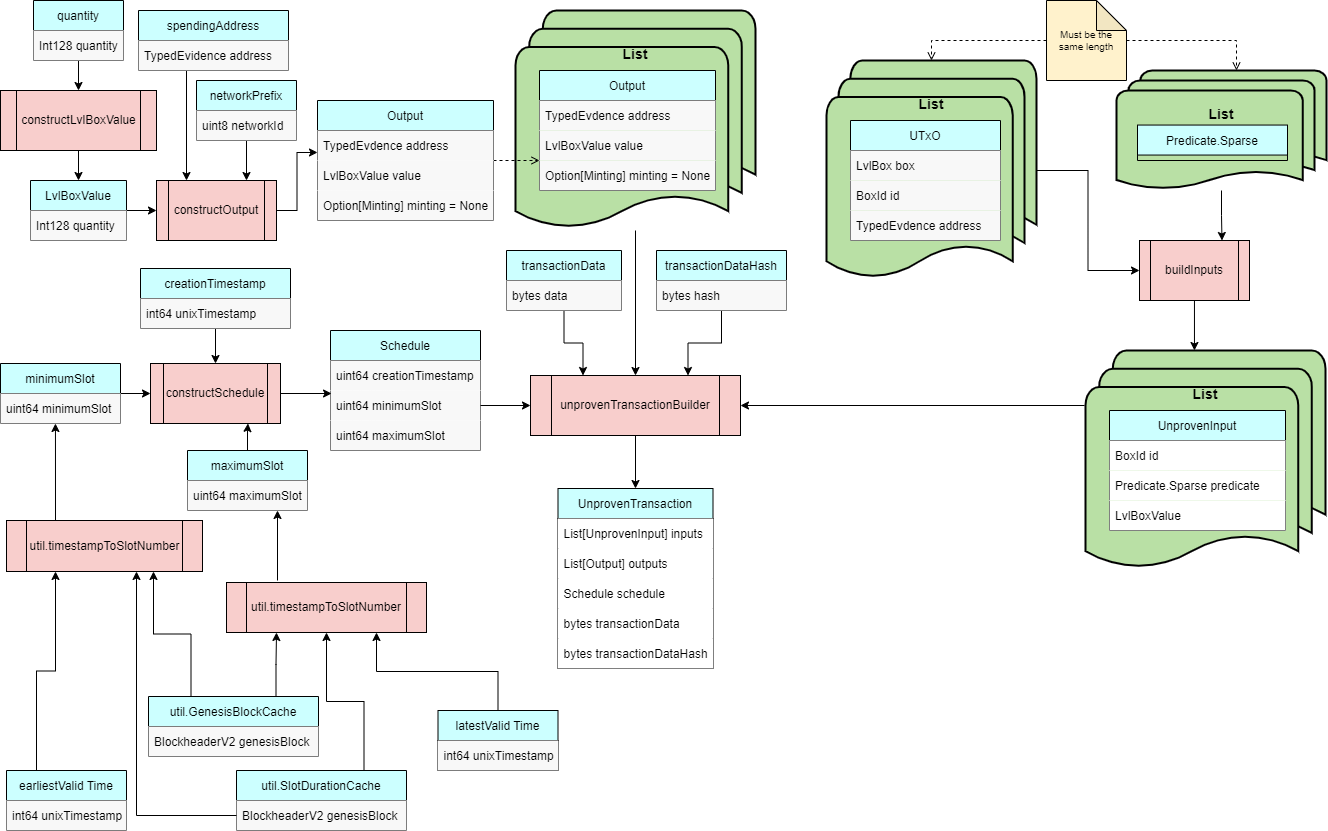
Topl/BramblSc-docs keeps this draw.io diagram as docs/Modules/NativeTransactor/transaction_builder.drawio.png. Above is the earlier version. Source tidied: cells renumbered, new cells last; positions are measured from the earlier drawing's top-left corner, leaving out a move shared by most shapes.
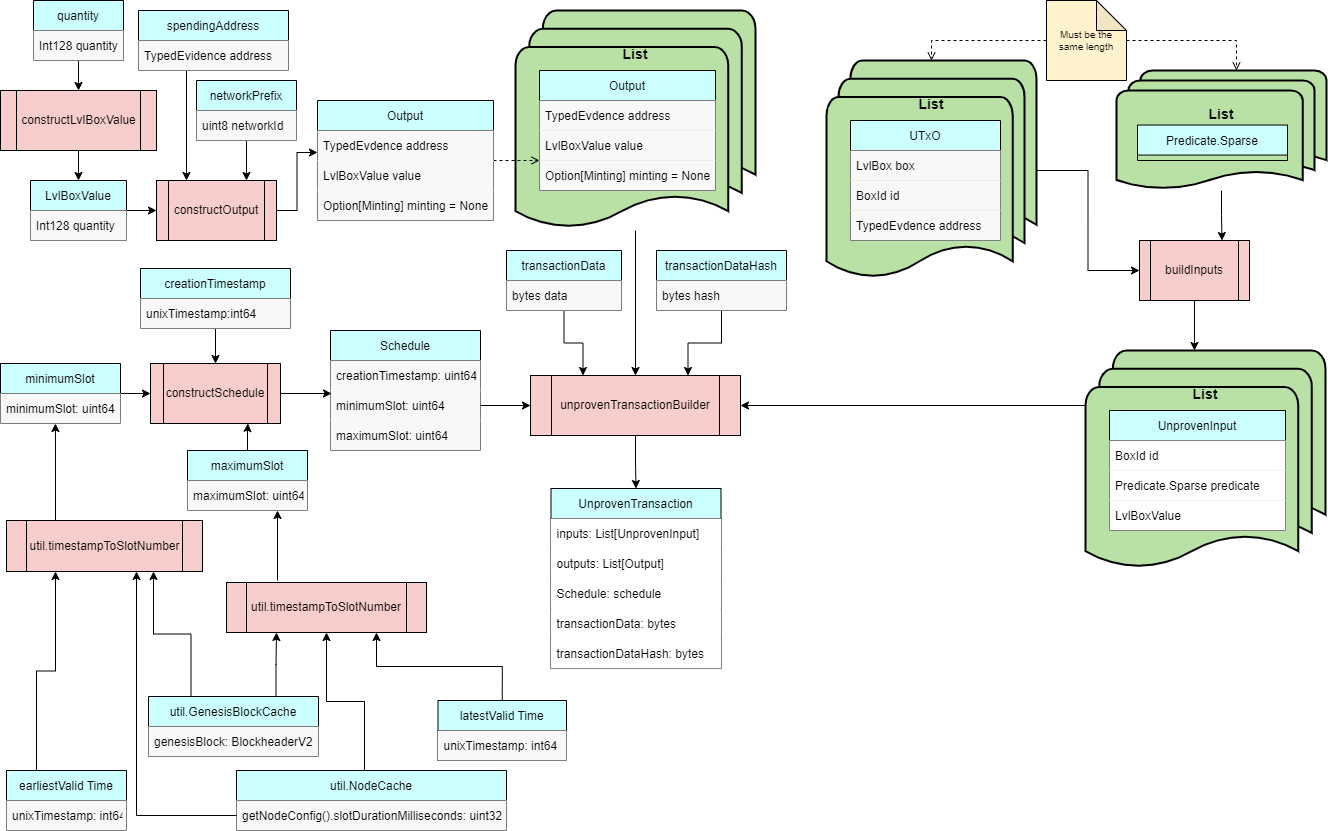
After the change.

Commit message:
NodeCache updated in diagram

Diff of the diagram source:
```diff
@@ -11,13 +11,13 @@
     <mxCell id="4" value="Schedule" style="swimlane;fontStyle=0;horizontal=1;startSize=30;fillColor=#CCFFFF;" parent="1" vertex="1">
       <mxGeometry x="330" y="330" width="150" height="120" as="geometry" />
     </mxCell>
-    <mxCell id="5" value="uint64 creationTimestamp" style="text;strokeColor=none;fillColor=#F8F8F8;align=left;verticalAlign=middle;spacingLeft=4;spacingRight=4;overflow=hidden;" parent="4" vertex="1">
+    <mxCell id="5" value="creationTimestamp: uint64" style="text;strokeColor=none;fillColor=#F8F8F8;align=left;verticalAlign=middle;spacingLeft=4;spacingRight=4;overflow=hidden;" parent="4" vertex="1">
       <mxGeometry y="30" width="150" height="30" as="geometry" />
     </mxCell>
-    <mxCell id="6" value="uint64 minimumSlot" style="text;strokeColor=none;fillColor=#F8F8F8;align=left;verticalAlign=middle;spacingLeft=4;spacingRight=4;overflow=hidden;points=[[0,0.5],[1,0.5]];portConstraint=eastwest;" parent="4" vertex="1">
+    <mxCell id="6" value="minimumSlot: uint64" style="text;strokeColor=none;fillColor=#F8F8F8;align=left;verticalAlign=middle;spacingLeft=4;spacingRight=4;overflow=hidden;points=[[0,0.5],[1,0.5]];portConstraint=eastwest;" parent="4" vertex="1">
       <mxGeometry y="60" width="150" height="30" as="geometry" />
     </mxCell>
-    <mxCell id="7" value="uint64 maximumSlot" style="text;strokeColor=none;fillColor=#F8F8F8;align=left;verticalAlign=middle;spacingLeft=4;spacingRight=4;overflow=hidden;" parent="4" vertex="1">
+    <mxCell id="7" value="maximumSlot: uint64" style="text;strokeColor=none;fillColor=#F8F8F8;align=left;verticalAlign=middle;spacingLeft=4;spacingRight=4;overflow=hidden;" parent="4" vertex="1">
       <mxGeometry y="90" width="150" height="30" as="geometry" />
     </mxCell>
     <mxCell id="8" style="edgeStyle=orthogonalEdgeStyle;rounded=0;jettySize=auto;html=1;entryX=0;entryY=0.5;entryDx=0;entryDy=0;" parent="1" edge="1" source="6" target="3">
@@ -35,7 +35,7 @@
     <mxCell id="12" value="creationTimestamp" style="swimlane;fontStyle=0;horizontal=1;startSize=30;fillColor=#CCFFFF;" parent="1" vertex="1">
       <mxGeometry x="140" y="268" width="150" height="60" as="geometry" />
     </mxCell>
-    <mxCell id="13" value="int64 unixTimestamp" style="text;strokeColor=none;fillColor=#F8F8F8;align=left;verticalAlign=middle;spacingLeft=4;spacingRight=4;overflow=hidden;" parent="12" vertex="1">
+    <mxCell id="13" value="unixTimestamp:int64" style="text;strokeColor=none;fillColor=#F8F8F8;align=left;verticalAlign=middle;spacingLeft=4;spacingRight=4;overflow=hidden;" parent="12" vertex="1">
       <mxGeometry y="30" width="150" height="30" as="geometry" />
     </mxCell>
     <mxCell id="14" style="edgeStyle=orthogonalEdgeStyle;rounded=0;jettySize=auto;html=1;entryX=0;entryY=0.5;entryDx=0;entryDy=0;" parent="1" edge="1" source="15" target="10">
@@ -44,7 +44,7 @@
     <mxCell id="15" value="minimumSlot" style="swimlane;fontStyle=0;horizontal=1;startSize=30;fillColor=#CCFFFF;" parent="1" vertex="1">
       <mxGeometry y="363" width="120" height="60" as="geometry" />
     </mxCell>
-    <mxCell id="16" value="uint64 minimumSlot" style="text;strokeColor=none;fillColor=#F8F8F8;align=left;verticalAlign=middle;spacingLeft=4;spacingRight=4;overflow=hidden;points=[[0,0.5],[1,0.5]];portConstraint=eastwest;" parent="15" vertex="1">
+    <mxCell id="16" value="minimumSlot: uint64" style="text;strokeColor=none;fillColor=#F8F8F8;align=left;verticalAlign=middle;spacingLeft=4;spacingRight=4;overflow=hidden;points=[[0,0.5],[1,0.5]];portConstraint=eastwest;" parent="15" vertex="1">
       <mxGeometry y="30" width="120" height="30" as="geometry" />
     </mxCell>
     <mxCell id="17" style="edgeStyle=orthogonalEdgeStyle;rounded=0;jettySize=auto;html=1;entryX=0.75;entryY=1;entryDx=0;entryDy=0;" parent="1" edge="1" source="18" target="10">
@@ -53,7 +53,7 @@
     <mxCell id="18" value="maximumSlot" style="swimlane;fontStyle=0;horizontal=1;startSize=30;fillColor=#CCFFFF;" parent="1" vertex="1">
       <mxGeometry x="187" y="450" width="120" height="60" as="geometry" />
     </mxCell>
-    <mxCell id="19" value="uint64 maximumSlot" style="text;strokeColor=none;fillColor=#F8F8F8;align=left;verticalAlign=middle;spacingLeft=4;spacingRight=4;overflow=hidden;" parent="18" vertex="1">
+    <mxCell id="19" value="maximumSlot: uint64" style="text;strokeColor=none;fillColor=#F8F8F8;align=left;verticalAlign=middle;spacingLeft=4;spacingRight=4;overflow=hidden;" parent="18" vertex="1">
       <mxGeometry y="30" width="120" height="30" as="geometry" />
     </mxCell>
     <mxCell id="20" style="group;" parent="1" vertex="1">
@@ -233,28 +233,28 @@
       <mxGeometry y="30" width="130" height="30" as="geometry" />
     </mxCell>
     <mxCell id="77" value="UnprovenTransaction" style="swimlane;fontStyle=0;horizontal=1;startSize=30;fillColor=#CCFFFF;" parent="1" vertex="1">
-      <mxGeometry x="557.5" y="488" width="155" height="180" as="geometry" />
+      <mxGeometry x="550.5" y="488" width="170" height="180" as="geometry" />
     </mxCell>
-    <mxCell id="78" value="List[UnprovenInput] inputs" style="text;strokeColor=none;fillColor=#FFFFFF;align=left;verticalAlign=middle;spacingLeft=4;spacingRight=4;overflow=hidden;" parent="77" vertex="1">
-      <mxGeometry y="30" width="155" height="30" as="geometry" />
+    <mxCell id="78" value="inputs: List[UnprovenInput]" style="text;strokeColor=none;fillColor=#FFFFFF;align=left;verticalAlign=middle;spacingLeft=4;spacingRight=4;overflow=hidden;" parent="77" vertex="1">
+      <mxGeometry y="30" width="170" height="30" as="geometry" />
     </mxCell>
-    <mxCell id="79" value="List[Output] outputs" style="text;strokeColor=none;fillColor=#FFFFFF;align=left;verticalAlign=middle;spacingLeft=4;spacingRight=4;overflow=hidden;" parent="77" vertex="1">
-      <mxGeometry y="60" width="155" height="30" as="geometry" />
+    <mxCell id="79" value="outputs: List[Output]" style="text;strokeColor=none;fillColor=#FFFFFF;align=left;verticalAlign=middle;spacingLeft=4;spacingRight=4;overflow=hidden;" parent="77" vertex="1">
+      <mxGeometry y="60" width="170" height="30" as="geometry" />
     </mxCell>
-    <mxCell id="80" value="Schedule schedule" style="text;strokeColor=none;fillColor=#FFFFFF;align=left;verticalAlign=middle;spacingLeft=4;spacingRight=4;overflow=hidden;" parent="77" vertex="1">
-      <mxGeometry y="90" width="155" height="30" as="geometry" />
+    <mxCell id="80" value="Schedule: schedule" style="text;strokeColor=none;fillColor=#FFFFFF;align=left;verticalAlign=middle;spacingLeft=4;spacingRight=4;overflow=hidden;" parent="77" vertex="1">
+      <mxGeometry y="90" width="170" height="30" as="geometry" />
     </mxCell>
-    <mxCell id="81" value="bytes transactionData" style="text;strokeColor=none;fillColor=#FFFFFF;align=left;verticalAlign=middle;spacingLeft=4;spacingRight=4;overflow=hidden;" parent="77" vertex="1">
-      <mxGeometry y="120" width="155" height="30" as="geometry" />
+    <mxCell id="81" value="transactionData: bytes" style="text;strokeColor=none;fillColor=#FFFFFF;align=left;verticalAlign=middle;spacingLeft=4;spacingRight=4;overflow=hidden;" parent="77" vertex="1">
+      <mxGeometry y="120" width="170" height="30" as="geometry" />
     </mxCell>
-    <mxCell id="82" value="bytes transactionDataHash" style="text;strokeColor=none;fillColor=#FFFFFF;align=left;verticalAlign=middle;spacingLeft=4;spacingRight=4;overflow=hidden;" parent="77" vertex="1">
-      <mxGeometry y="150" width="155" height="30" as="geometry" />
+    <mxCell id="82" value="transactionDataHash: bytes" style="text;strokeColor=none;fillColor=#FFFFFF;align=left;verticalAlign=middle;spacingLeft=4;spacingRight=4;overflow=hidden;" parent="77" vertex="1">
+      <mxGeometry y="150" width="170" height="30" as="geometry" />
     </mxCell>
     <mxCell id="83" value="latestValid Time" style="swimlane;fontStyle=0;horizontal=1;startSize=30;fillColor=#CCFFFF;" parent="1" vertex="1">
-      <mxGeometry x="437.5" y="710" width="120" height="60" as="geometry" />
+      <mxGeometry x="437.5" y="700" width="128.5" height="60" as="geometry" />
     </mxCell>
-    <mxCell id="84" value="int64 unixTimestamp" style="text;strokeColor=none;fillColor=#F8F8F8;align=left;verticalAlign=middle;spacingLeft=4;spacingRight=4;overflow=hidden;" parent="83" vertex="1">
-      <mxGeometry y="30" width="120" height="30" as="geometry" />
+    <mxCell id="84" value="unixTimestamp: int64" style="text;strokeColor=none;fillColor=#F8F8F8;align=left;verticalAlign=middle;spacingLeft=4;spacingRight=4;overflow=hidden;" parent="83" vertex="1">
+      <mxGeometry y="30" width="128.5" height="30" as="geometry" />
     </mxCell>
     <mxCell id="85" style="edgeStyle=orthogonalEdgeStyle;rounded=0;jettySize=auto;html=1;entryX=0.75;entryY=1;entryDx=0;entryDy=0;fontSize=18;endArrow=classic;endFill=1;" parent="1" edge="1" target="18">
       <mxGeometry relative="1" as="geometry">
@@ -279,7 +279,7 @@
     <mxCell id="91" value="earliestValid Time" style="swimlane;fontStyle=0;horizontal=1;startSize=30;fillColor=#CCFFFF;" parent="1" vertex="1">
       <mxGeometry x="6" y="770" width="120" height="60" as="geometry" />
     </mxCell>
-    <mxCell id="92" value="int64 unixTimestamp" style="text;strokeColor=none;fillColor=#F8F8F8;align=left;verticalAlign=middle;spacingLeft=4;spacingRight=4;overflow=hidden;" parent="91" vertex="1">
+    <mxCell id="92" value="unixTimestamp: int64" style="text;strokeColor=none;fillColor=#F8F8F8;align=left;verticalAlign=middle;spacingLeft=4;spacingRight=4;overflow=hidden;" parent="91" vertex="1">
       <mxGeometry y="30" width="120" height="30" as="geometry" />
     </mxCell>
     <mxCell id="93" style="edgeStyle=orthogonalEdgeStyle;rounded=0;jettySize=auto;html=1;entryX=0.25;entryY=1;entryDx=0;entryDy=0;exitX=0.75;exitY=0;exitDx=0;exitDy=0;" parent="1" edge="1" source="95" target="86">
@@ -291,7 +291,7 @@
     <mxCell id="95" value="util.GenesisBlockCache" style="swimlane;fontStyle=0;horizontal=1;startSize=30;fillColor=#CCFFFF;" parent="1" vertex="1">
       <mxGeometry x="148" y="696" width="170" height="60" as="geometry" />
     </mxCell>
-    <mxCell id="96" value="BlockheaderV2 genesisBlock" style="text;strokeColor=none;fillColor=#F8F8F8;align=left;verticalAlign=middle;spacingLeft=4;spacingRight=4;overflow=hidden;" parent="95" vertex="1">
+    <mxCell id="96" value="genesisBlock: BlockheaderV2" style="text;strokeColor=none;fillColor=#F8F8F8;align=left;verticalAlign=middle;spacingLeft=4;spacingRight=4;overflow=hidden;" parent="95" vertex="1">
       <mxGeometry y="30" width="170" height="30" as="geometry" />
     </mxCell>
     <mxCell id="97" style="edgeStyle=orthogonalEdgeStyle;rounded=0;jettySize=auto;html=1;entryX=0.5;entryY=1;entryDx=0;entryDy=0;exitX=0.75;exitY=0;exitDx=0;exitDy=0;" parent="1" edge="1" source="98" target="86">
@@ -302,11 +302,11 @@
         </Array>
       </mxGeometry>
     </mxCell>
-    <mxCell id="98" value="util.SlotDurationCache" style="swimlane;fontStyle=0;horizontal=1;startSize=30;fillColor=#CCFFFF;" parent="1" vertex="1">
-      <mxGeometry x="236" y="770" width="170" height="60" as="geometry" />
+    <mxCell id="98" value="util.NodeCache" style="swimlane;fontStyle=0;horizontal=1;startSize=30;fillColor=#CCFFFF;" parent="1" vertex="1">
+      <mxGeometry x="236" y="770" width="270" height="60" as="geometry" />
     </mxCell>
-    <mxCell id="99" value="BlockheaderV2 genesisBlock" style="text;strokeColor=none;fillColor=#F8F8F8;align=left;verticalAlign=middle;spacingLeft=4;spacingRight=4;overflow=hidden;points=[[0,0.5],[1,0.5]];portConstraint=eastwest;" parent="98" vertex="1">
-      <mxGeometry y="30" width="170" height="30" as="geometry" />
+    <mxCell id="99" value="getNodeConfig().slotDurationMilliseconds: uint32" style="text;strokeColor=none;fillColor=#F8F8F8;align=left;verticalAlign=middle;spacingLeft=4;spacingRight=4;overflow=hidden;points=[[0,0.5],[1,0.5]];portConstraint=eastwest;" parent="98" vertex="1">
+      <mxGeometry y="30" width="270" height="30" as="geometry" />
     </mxCell>
     <mxCell id="100" style="edgeStyle=orthogonalEdgeStyle;rounded=0;jettySize=auto;html=1;" parent="1" edge="1" source="99" target="89">
       <mxGeometry relative="1" as="geometry">
```
